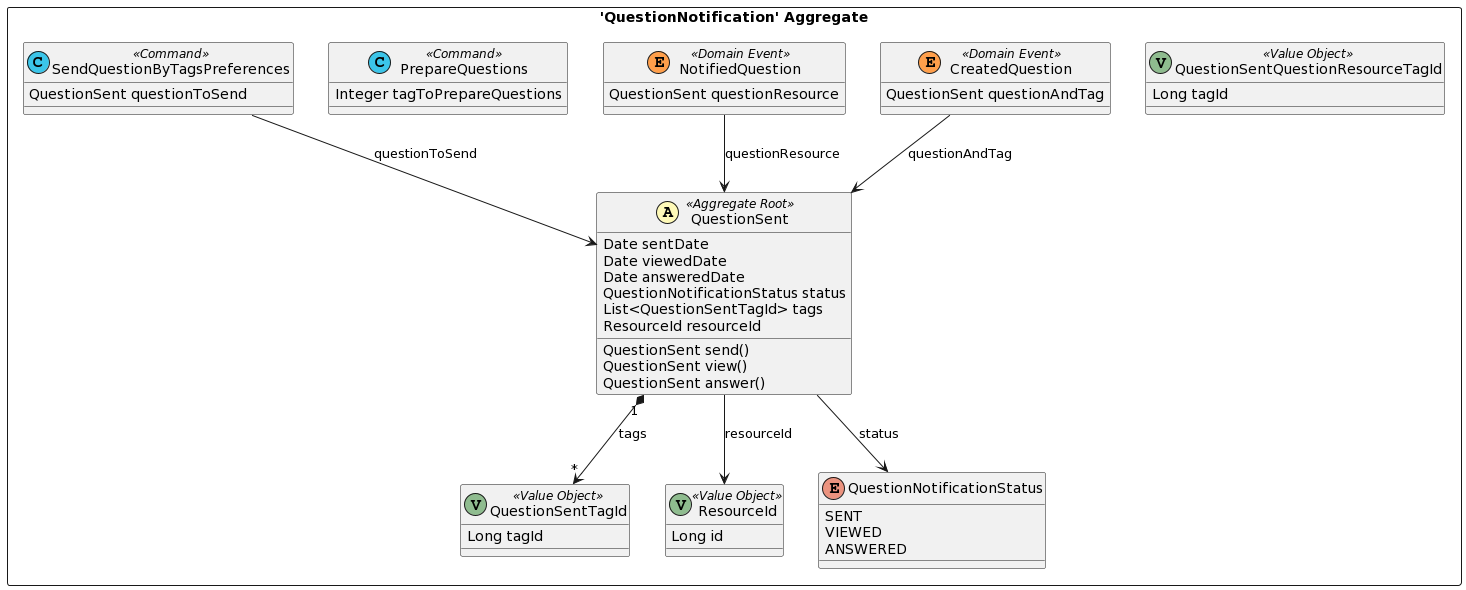
Earlier version of the PlantUML export doc/dist/src-gen/gamedev_BC_SendQuestionContext_QuestionNotification.png (esgi-lyon/question-ddd).
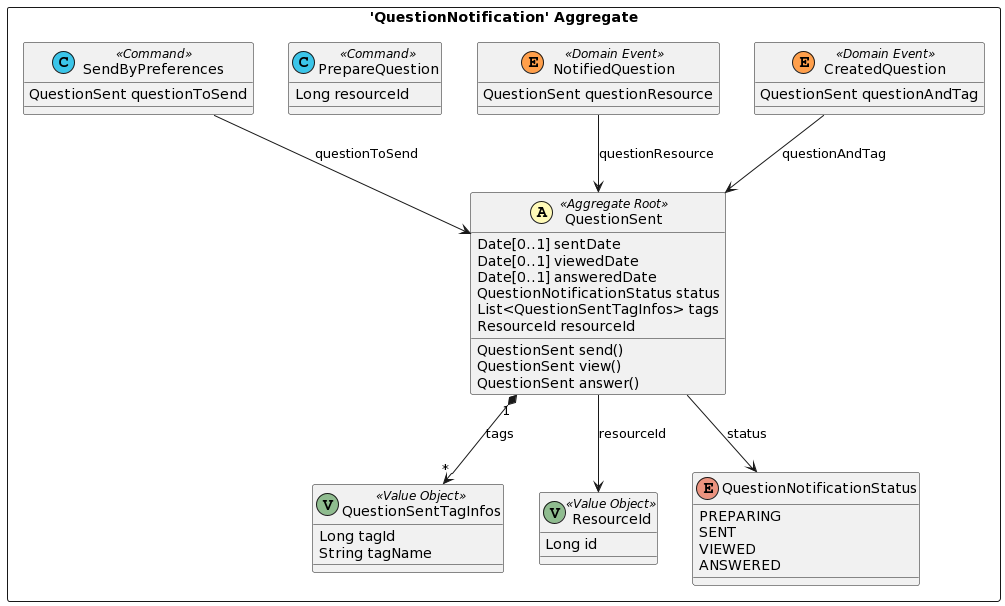
After the commit.

What changed in the source:
```diff
@@ -3,26 +3,25 @@
 
 package "'QuestionNotification' Aggregate" <<Rectangle>> {
 	class QuestionSent <<(A,#fffab8) Aggregate Root>> {
-		Date sentDate
-		Date viewedDate
-		Date answeredDate
+		Date[0..1] sentDate
+		Date[0..1] viewedDate
+		Date[0..1] answeredDate
 		QuestionNotificationStatus status
-		List<QuestionSentTagId> tags
+		List<QuestionSentTagInfos> tags
 		ResourceId resourceId
 		QuestionSent send()
 		QuestionSent view()
 		QuestionSent answer()
 	}
-	class QuestionSentTagId <<(V,DarkSeaGreen) Value Object>> {
+	class QuestionSentTagInfos <<(V,DarkSeaGreen) Value Object>> {
 		Long tagId
-	}
-	class QuestionSentQuestionResourceTagId <<(V,DarkSeaGreen) Value Object>> {
-		Long tagId
+		String tagName
 	}
 	class ResourceId <<(V,DarkSeaGreen) Value Object>> {
 		Long id
 	}
 	enum QuestionNotificationStatus {
+		PREPARING
 		SENT
 		VIEWED
 		ANSWERED
@@ -33,17 +32,17 @@
 	class NotifiedQuestion <<(E,#ff9f4b) Domain Event>> {
 		QuestionSent questionResource
 	}
-	class PrepareQuestions <<(C,#3bc5e9) Command>> {
-		Integer tagToPrepareQuestions
+	class PrepareQuestion <<(C,#3bc5e9) Command>> {
+		Long resourceId
 	}
-	class SendQuestionByTagsPreferences <<(C,#3bc5e9) Command>> {
+	class SendByPreferences <<(C,#3bc5e9) Command>> {
 		QuestionSent questionToSend
 	}
 }
-QuestionSent "1" *--> "*" QuestionSentTagId : tags
 NotifiedQuestion --> QuestionSent : questionResource
 QuestionSent --> ResourceId : resourceId
 CreatedQuestion --> QuestionSent : questionAndTag
+QuestionSent "1" *--> "*" QuestionSentTagInfos : tags
 QuestionSent --> QuestionNotificationStatus : status
-SendQuestionByTagsPreferences --> QuestionSent : questionToSend
+SendByPreferences --> QuestionSent : questionToSend
 @enduml
```
